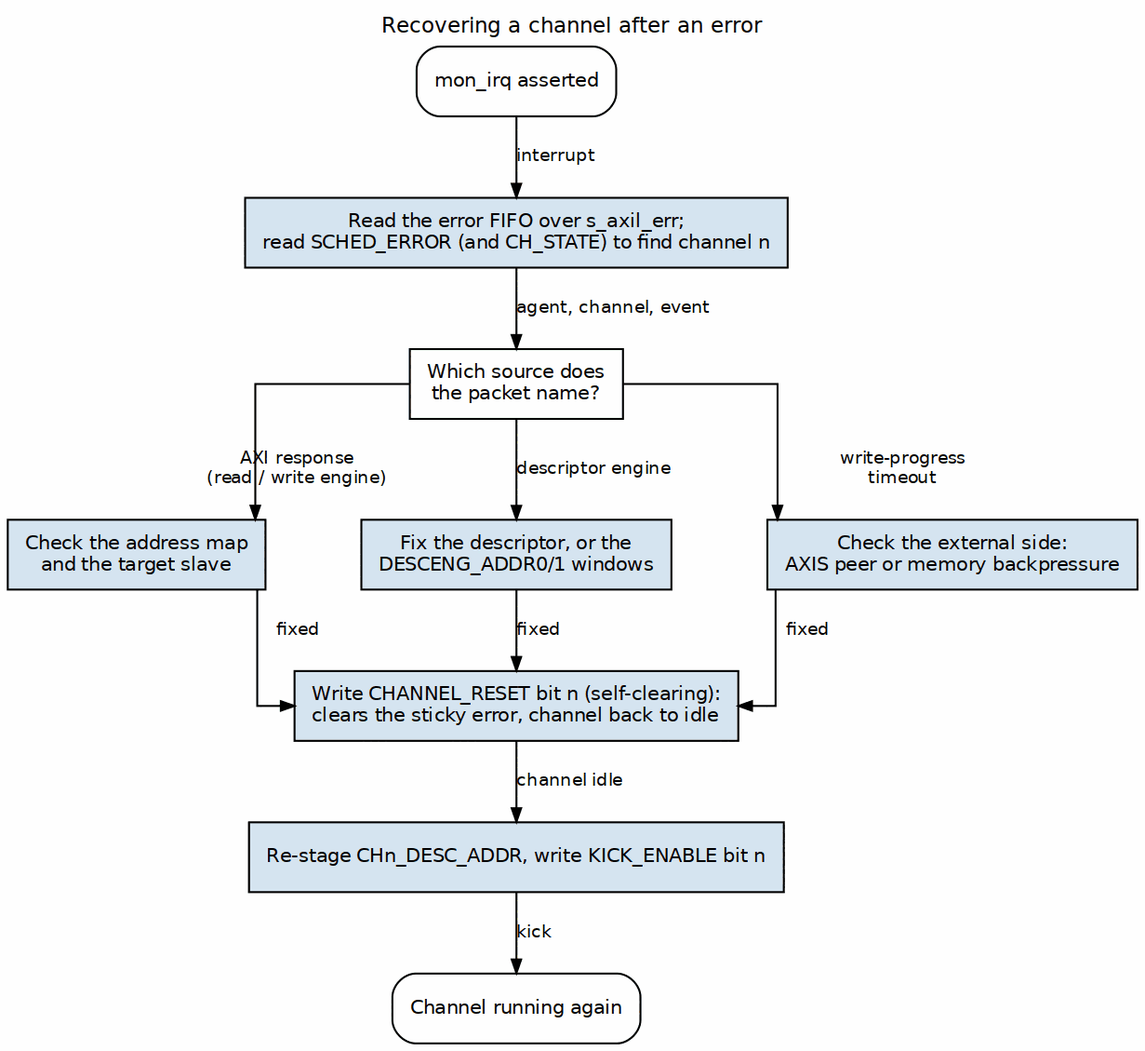
Above: projects/components/dma-ip/rapids/docs/rapids_beats_has/assets/graphviz/ch05_error_recovery.png in sean-galloway/RTLDesignSherpa (Graphviz), before the change. Its source is kept beside it as projects/components/dma-ip/rapids/docs/rapids_beats_has/assets/graphviz/ch05_error_recovery.dot.
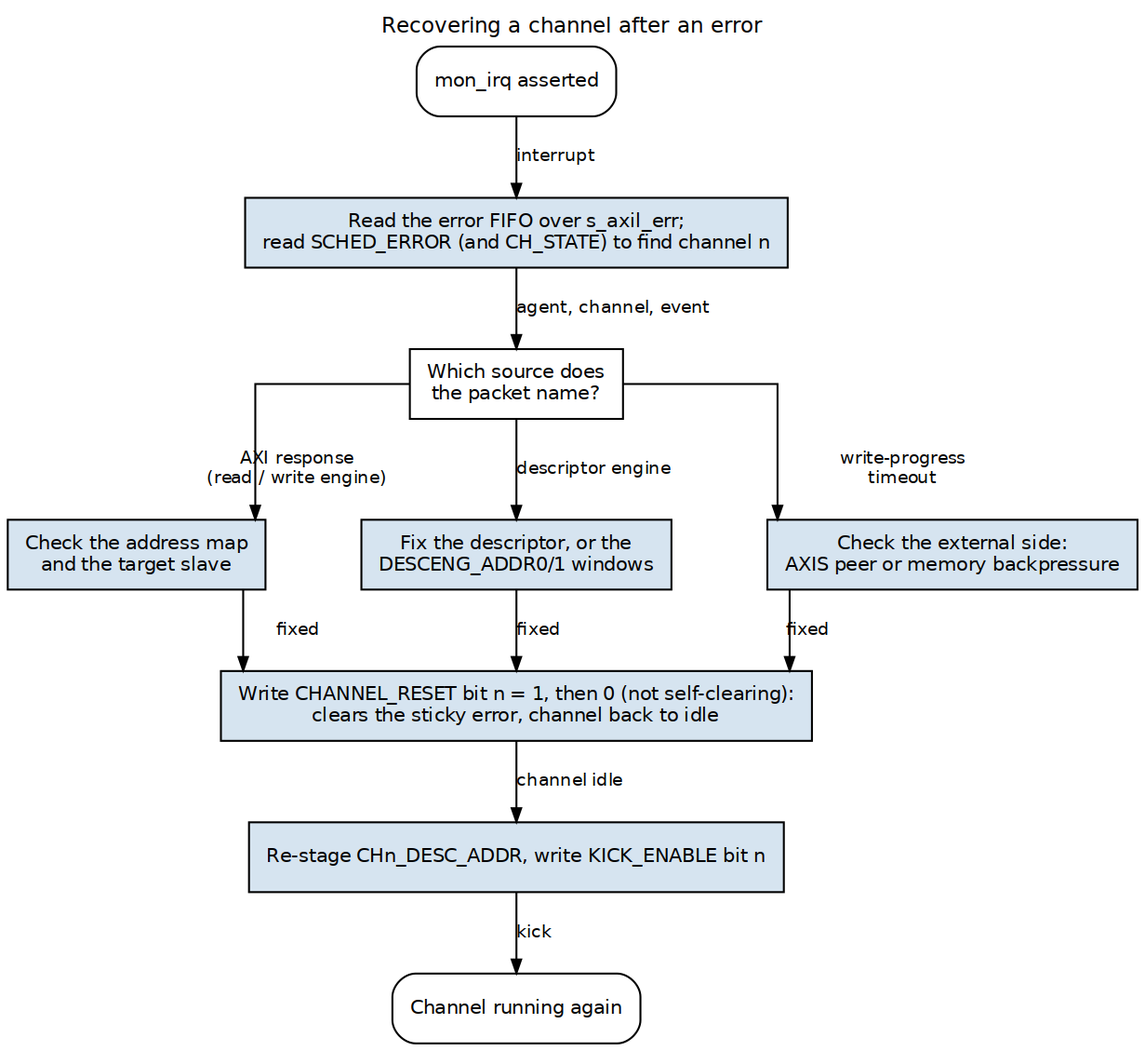
After the commit.

What changed in the source:
```diff
@@ -12,7 +12,7 @@
     axi  [label="Check the address map\nand the target slave"];
     desc [label="Fix the descriptor, or the\nDESCENG_ADDR0/1 windows"];
     tmo  [label="Check the external side:\nAXIS peer or memory backpressure"];
-    rst  [label="Write CHANNEL_RESET bit n (self-clearing):\nclears the sticky error, channel back to idle", group=C];
+    rst  [label="Write CHANNEL_RESET bit n = 1, then 0 (not self-clearing):\nclears the sticky error, channel back to idle", group=C];
     kick [label="Re-stage CHn_DESC_ADDR, write KICK_ENABLE bit n", group=C];
     done [label="Channel running again", fillcolor="white", style="rounded,filled"];
 
```
